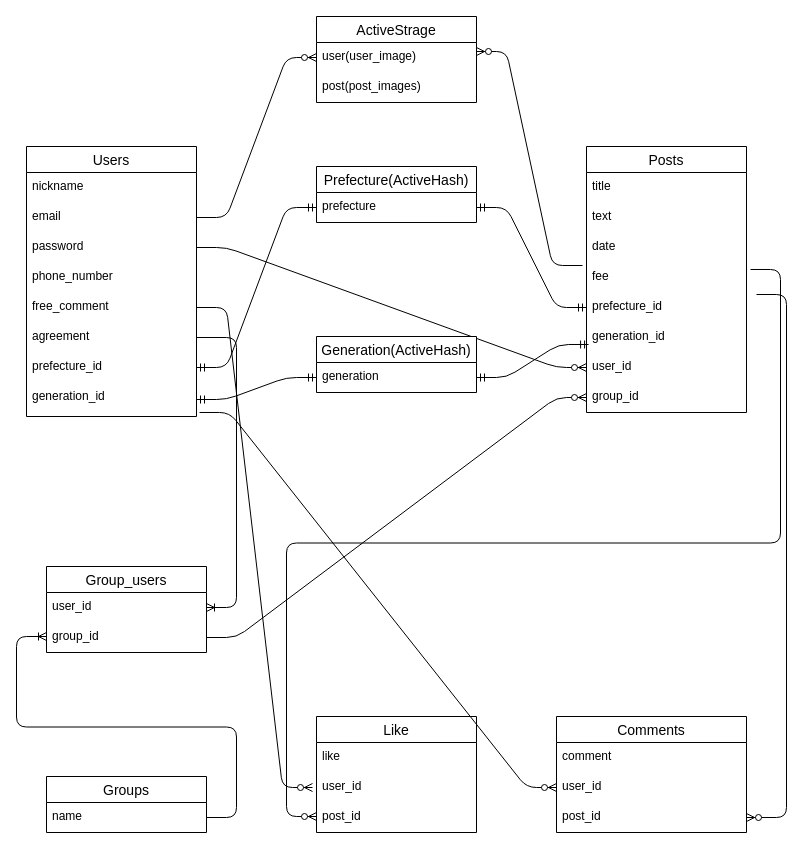
Before: er-drowing.dio in Shun-Hoso/jimokara_app, a draw.io diagram. Source tidied: cells renumbered, new cells numbered last; positions are measured from the earlier drawing's top-left corner, leaving out a move shared by most shapes. Both pictures are drawn from the tidied source at 100%, with x=0, y=0 at pixel (26, 16).
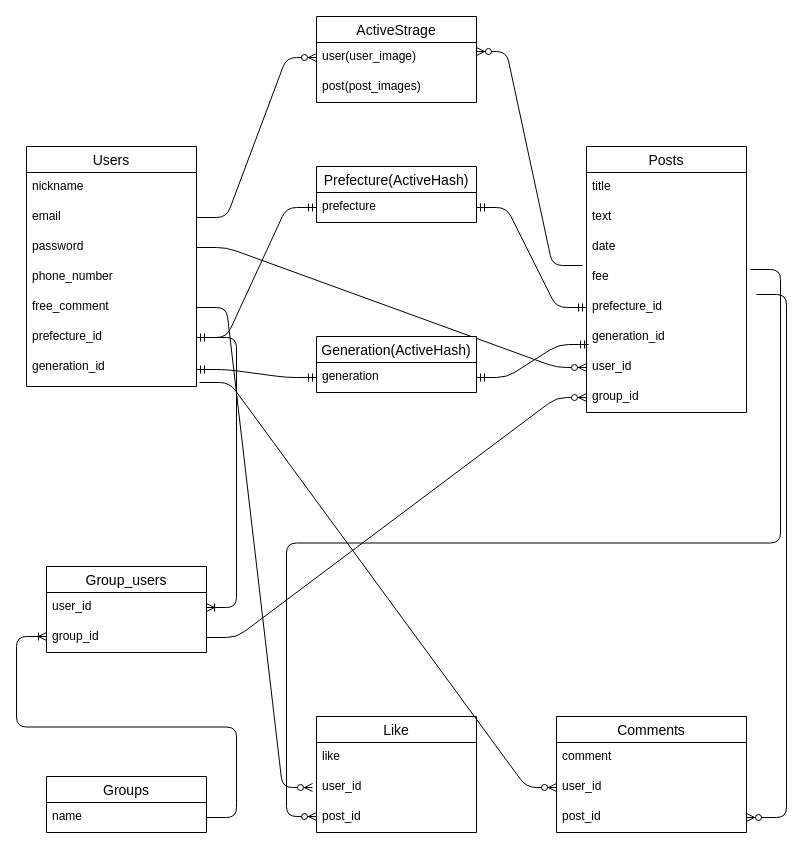
The same diagram, later.

Unchanged cells that the change refers to:
```xml
<mxCell id="32" value="user_id&#10;" style="text;strokeColor=none;fillColor=none;spacingLeft=4;spacingRight=4;overflow=hidden;points=[[0,0.5],[1,0.5]];portConstraint=eastwest;fontSize=12;" parent="31" vertex="1">
  <mxGeometry y="26" width="160" height="30" as="geometry" />
</mxCell>
```

What changed in the source:
```diff
@@
     <mxCell id="2" value="Users" style="swimlane;fontStyle=0;horizontal=1;startSize=26;align=center;fontSize=14;" parent="1" vertex="1">
-      <mxGeometry y="130" width="170" height="270" as="geometry" />
+      <mxGeometry y="130" width="170" height="240" as="geometry" />
     </mxCell>
@@
-    <mxCell id="8" value="agreement&#10;" style="text;strokeColor=none;fillColor=none;spacingLeft=4;spacingRight=4;overflow=hidden;points=[[0,0.5],[1,0.5]];portConstraint=eastwest;fontSize=12;" parent="2" vertex="1">
-      <mxGeometry y="176" width="170" height="30" as="geometry" />
-    </mxCell>
     <mxCell id="9" value="prefecture_id" style="text;strokeColor=none;fillColor=none;spacingLeft=4;spacingRight=4;overflow=hidden;points=[[0,0.5],[1,0.5]];portConstraint=eastwest;fontSize=12;" parent="2" vertex="1">
-      <mxGeometry y="206" width="170" height="30" as="geometry" />
+      <mxGeometry y="176" width="170" height="30" as="geometry" />
     </mxCell>
     <mxCell id="10" value="generation_id" style="text;strokeColor=none;fillColor=none;spacingLeft=4;spacingRight=4;overflow=hidden;points=[[0,0.5],[1,0.5]];portConstraint=eastwest;fontSize=12;" parent="2" vertex="1">
-      <mxGeometry y="236" width="170" height="34" as="geometry" />
+      <mxGeometry y="206" width="170" height="34" as="geometry" />
     </mxCell>
@@
-    <mxCell id="40" style="edgeStyle=entityRelationEdgeStyle;fontSize=12;html=1;endArrow=ERoneToMany;exitX=1;exitY=0.5;exitDx=0;exitDy=0;" parent="1" edge="1" source="8" target="32">
-      <mxGeometry relative="1" as="geometry" />
+    <mxCell id="40" style="edgeStyle=entityRelationEdgeStyle;fontSize=12;html=1;endArrow=ERoneToMany;exitX=1;exitY=0.5;exitDx=0;exitDy=0;" parent="1" edge="1" target="32">
+      <mxGeometry relative="1" as="geometry">
+        <mxPoint x="170" y="321" as="sourcePoint" />
+      </mxGeometry>
     </mxCell>
```
